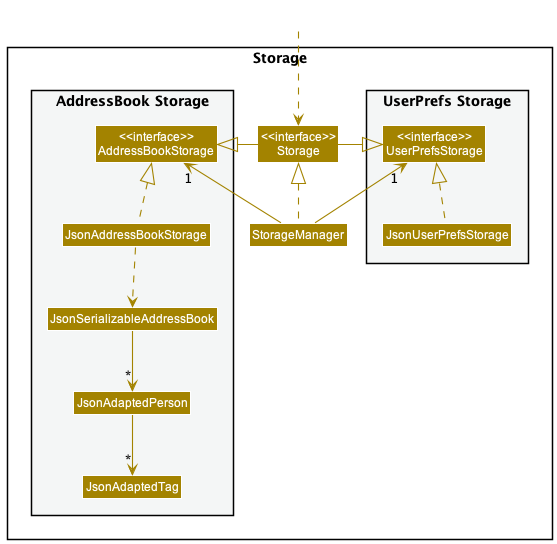
This is docs/images/StorageClassDiagram.png from nus-cs2103-AY2223S2/tp, a PlantUML export, as it was before one commit. Source of this version:
```plantuml
@startuml
!include style.puml
skinparam arrowThickness 1.1
skinparam arrowColor STORAGE_COLOR
skinparam classBackgroundColor STORAGE_COLOR

package Storage{

package "UserPrefs Storage" #F4F6F6{
Class "<<interface>>\nUserPrefsStorage" as UserPrefsStorage
Class JsonUserPrefsStorage
}

Class "<<interface>>\nStorage" as Storage
Class StorageManager

package "AddressBook Storage" #F4F6F6{
Class "<<interface>>\nAddressBookStorage" as AddressBookStorage
Class JsonAddressBookStorage
Class JsonSerializableAddressBook
Class JsonAdaptedPerson
Class JsonAdaptedTag
}

}

Class HiddenOutside #FFFFFF
HiddenOutside ..> Storage

StorageManager .up.|> Storage
StorageManager -up-> "1" UserPrefsStorage
StorageManager -up-> "1" AddressBookStorage

Storage -left-|> UserPrefsStorage
Storage -right-|> AddressBookStorage

JsonUserPrefsStorage .up.|> UserPrefsStorage
JsonAddressBookStorage .up.|> AddressBookStorage
JsonAddressBookStorage ..> JsonSerializableAddressBook
JsonSerializableAddressBook --> "*" JsonAdaptedPerson
JsonAdaptedPerson --> "*" JsonAdaptedTag

@enduml
```
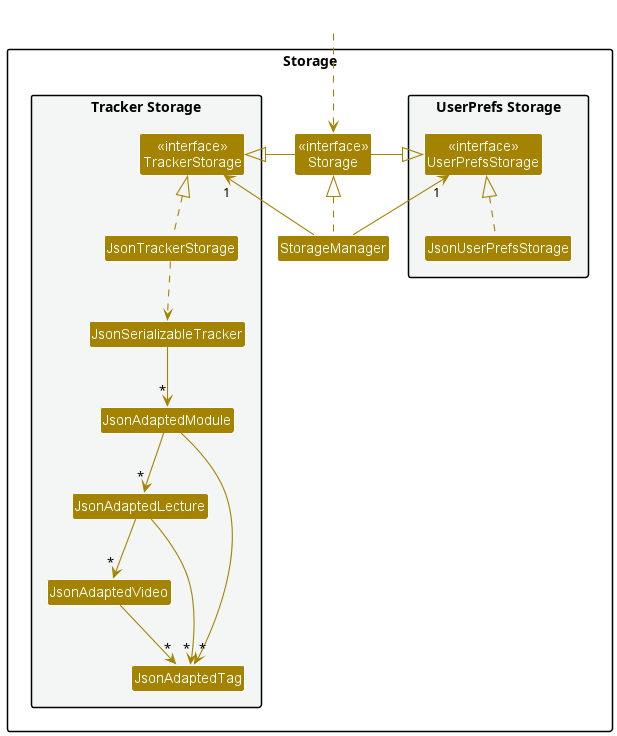
The same diagram one commit later.

Commit message:
Update Storage section of DG

The edit, as a diff of the source:
```diff
@@ -1,5 +1,74 @@
 @startuml
-!include style.puml
+
+
+
+!define UI_COLOR #1D8900
+!define UI_COLOR_T1 #83E769
+!define UI_COLOR_T2 #3FC71B
+!define UI_COLOR_T3 #166800
+!define UI_COLOR_T4 #0E4100
+
+!define LOGIC_COLOR #3333C4
+!define LOGIC_COLOR_T1 #C8C8FA
+!define LOGIC_COLOR_T2 #6A6ADC
+!define LOGIC_COLOR_T3 #1616B0
+!define LOGIC_COLOR_T4 #101086
+
+!define MODEL_COLOR #9D0012
+!define MODEL_COLOR_T1 #F97181
+!define MODEL_COLOR_T2 #E41F36
+!define MODEL_COLOR_T3 #7B000E
+!define MODEL_COLOR_T4 #51000A
+
+!define STORAGE_COLOR #A38300
+!define STORAGE_COLOR_T1 #FFE374
+!define STORAGE_COLOR_T2 #EDC520
+!define STORAGE_COLOR_T3 #806600
+!define STORAGE_COLOR_T2 #544400
+
+!define USER_COLOR #000000
+
+skinparam BackgroundColor #FFFFFFF
+
+skinparam Shadowing false
+
+skinparam Class {
+    FontColor #FFFFFF
+    BorderThickness 1
+    BorderColor #FFFFFF
+    StereotypeFontColor #FFFFFF
+    FontName Arial
+}
+
+skinparam Actor {
+    BorderColor USER_COLOR
+    Color USER_COLOR
+    FontName Arial
+}
+
+skinparam Sequence {
+    MessageAlign center
+    BoxFontSize 15
+    BoxPadding 0
+    BoxFontColor #FFFFFF
+    FontName Arial
+}
+
+skinparam Participant {
+    FontColor #FFFFFFF
+    Padding 20
+}
+
+skinparam MinClassWidth 50
+skinparam ParticipantPadding 10
+skinparam Shadowing false
+skinparam DefaultTextAlignment center
+skinparam packageStyle Rectangle
+
+hide footbox
+hide members
+hide circle
+
 skinparam arrowThickness 1.1
 skinparam arrowColor STORAGE_COLOR
 skinparam classBackgroundColor STORAGE_COLOR
@@ -14,11 +83,13 @@
 Class "<<interface>>\nStorage" as Storage
 Class StorageManager
 
-package "AddressBook Storage" #F4F6F6{
-Class "<<interface>>\nAddressBookStorage" as AddressBookStorage
-Class JsonAddressBookStorage
-Class JsonSerializableAddressBook
-Class JsonAdaptedPerson
+package "Tracker Storage" #F4F6F6{
+Class "<<interface>>\nTrackerStorage" as TrackerStorage
+Class JsonTrackerStorage
+Class JsonSerializableTracker
+Class JsonAdaptedModule
+Class JsonAdaptedLecture
+Class JsonAdaptedVideo
 Class JsonAdaptedTag
 }
 
@@ -29,15 +100,19 @@
 
 StorageManager .up.|> Storage
 StorageManager -up-> "1" UserPrefsStorage
-StorageManager -up-> "1" AddressBookStorage
+StorageManager -up-> "1" TrackerStorage
 
 Storage -left-|> UserPrefsStorage
-Storage -right-|> AddressBookStorage
+Storage -right-|> TrackerStorage
 
 JsonUserPrefsStorage .up.|> UserPrefsStorage
-JsonAddressBookStorage .up.|> AddressBookStorage
-JsonAddressBookStorage ..> JsonSerializableAddressBook
-JsonSerializableAddressBook --> "*" JsonAdaptedPerson
-JsonAdaptedPerson --> "*" JsonAdaptedTag
+JsonTrackerStorage .up.|> TrackerStorage
+JsonTrackerStorage ..> JsonSerializableTracker
+JsonSerializableTracker --> "*" JsonAdaptedModule
+JsonAdaptedModule --> "*" JsonAdaptedLecture
+JsonAdaptedLecture --> "*" JsonAdaptedVideo
 
+JsonAdaptedModule --> "*" JsonAdaptedTag
+JsonAdaptedLecture --> "*" JsonAdaptedTag
+JsonAdaptedVideo --> "*" JsonAdaptedTag
 @enduml
```
